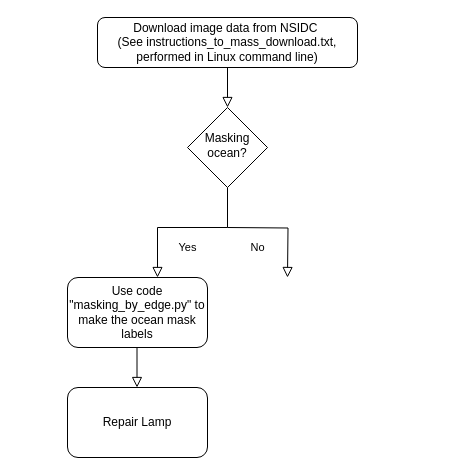
Earlier version of the draw.io diagram Untitled Diagram.drawio (sssigma1216/Antarctic-fracture-detection). Source tidied: cells renumbered, new cells numbered last; positions are measured from the earlier drawing's top-left corner, leaving out a move shared by most shapes. Both pictures are drawn from the tidied source at 100%, with x=0, y=0 at pixel (67, 17).
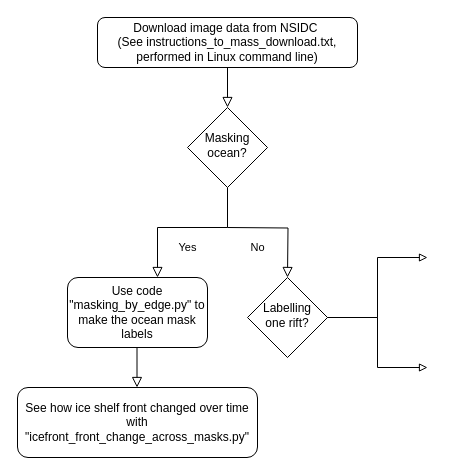
After the change.

Diff of the diagram source:
```diff
@@
-    <mxCell id="6" value="Repair Lamp" style="rounded=1;whiteSpace=wrap;html=1;fontSize=12;glass=0;strokeWidth=1;shadow=0;" parent="1" vertex="1">
-      <mxGeometry y="370" width="140" height="70" as="geometry" />
+    <mxCell id="6" value="See how ice shelf front changed over time with &quot;icefront_front_change_across_masks.py&quot;" style="rounded=1;whiteSpace=wrap;html=1;fontSize=12;glass=0;strokeWidth=1;shadow=0;" parent="1" vertex="1">
+      <mxGeometry x="-50" y="370" width="240" height="70" as="geometry" />
     </mxCell>
@@
+    <mxCell id="10" style="edgeStyle=elbowEdgeStyle;rounded=0;jettySize=auto;html=1;exitX=1;exitY=0.5;exitDx=0;exitDy=0;endArrow=block;endFill=0;" parent="1" edge="1" source="11">
+      <mxGeometry relative="1" as="geometry">
+        <mxPoint x="360" y="240" as="targetPoint" />
+        <Array as="points">
+          <mxPoint x="310" y="270" />
+        </Array>
+      </mxGeometry>
+    </mxCell>
+    <mxCell id="11" value="Labelling one rift?" style="rhombus;whiteSpace=wrap;html=1;shadow=0;fontFamily=Helvetica;fontSize=12;align=center;strokeWidth=1;spacing=6;spacingTop=-4;" parent="1" vertex="1">
+      <mxGeometry x="180" y="260" width="80" height="80" as="geometry" />
+    </mxCell>
+    <mxCell id="12" style="edgeStyle=elbowEdgeStyle;rounded=0;orthogonalLoop=1;jettySize=auto;html=1;exitX=1;exitY=0.5;exitDx=0;exitDy=0;endArrow=block;endFill=0;" parent="1" edge="1">
+      <mxGeometry relative="1" as="geometry">
+        <mxPoint x="260" y="300" as="sourcePoint" />
+        <mxPoint x="360" y="350" as="targetPoint" />
+        <Array as="points">
+          <mxPoint x="310" y="320" />
+        </Array>
+      </mxGeometry>
+    </mxCell>
```
